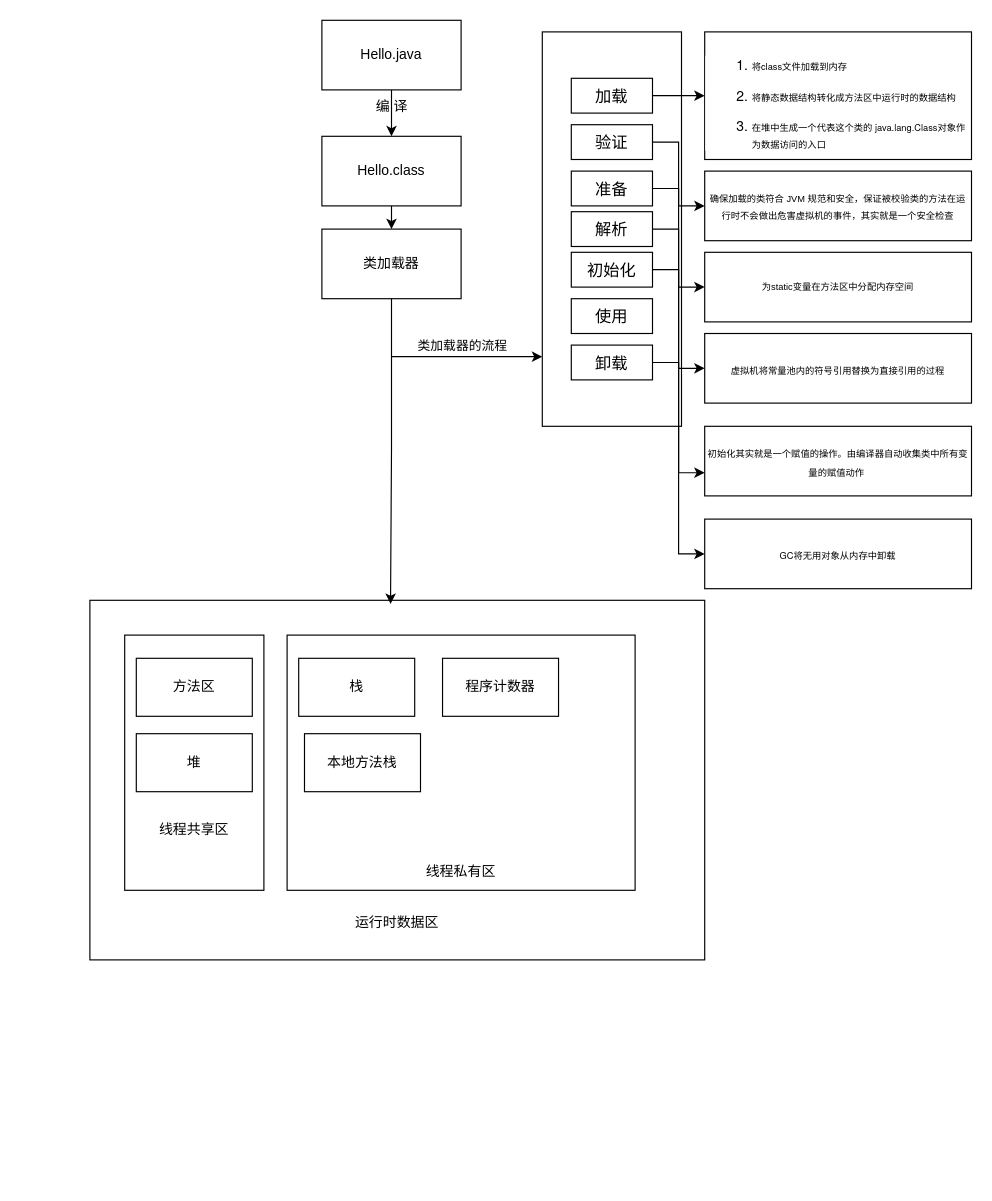
The draw.io diagram 未命名绘图.drawio in nieosoros/testgit, before the edit. Source tidied: cells renumbered, new cells numbered last; positions are measured from the earlier drawing's top-left corner, leaving out a move shared by most shapes. Both pictures are drawn from the tidied source at 116%, with x=0, y=0 at pixel (89, 20).
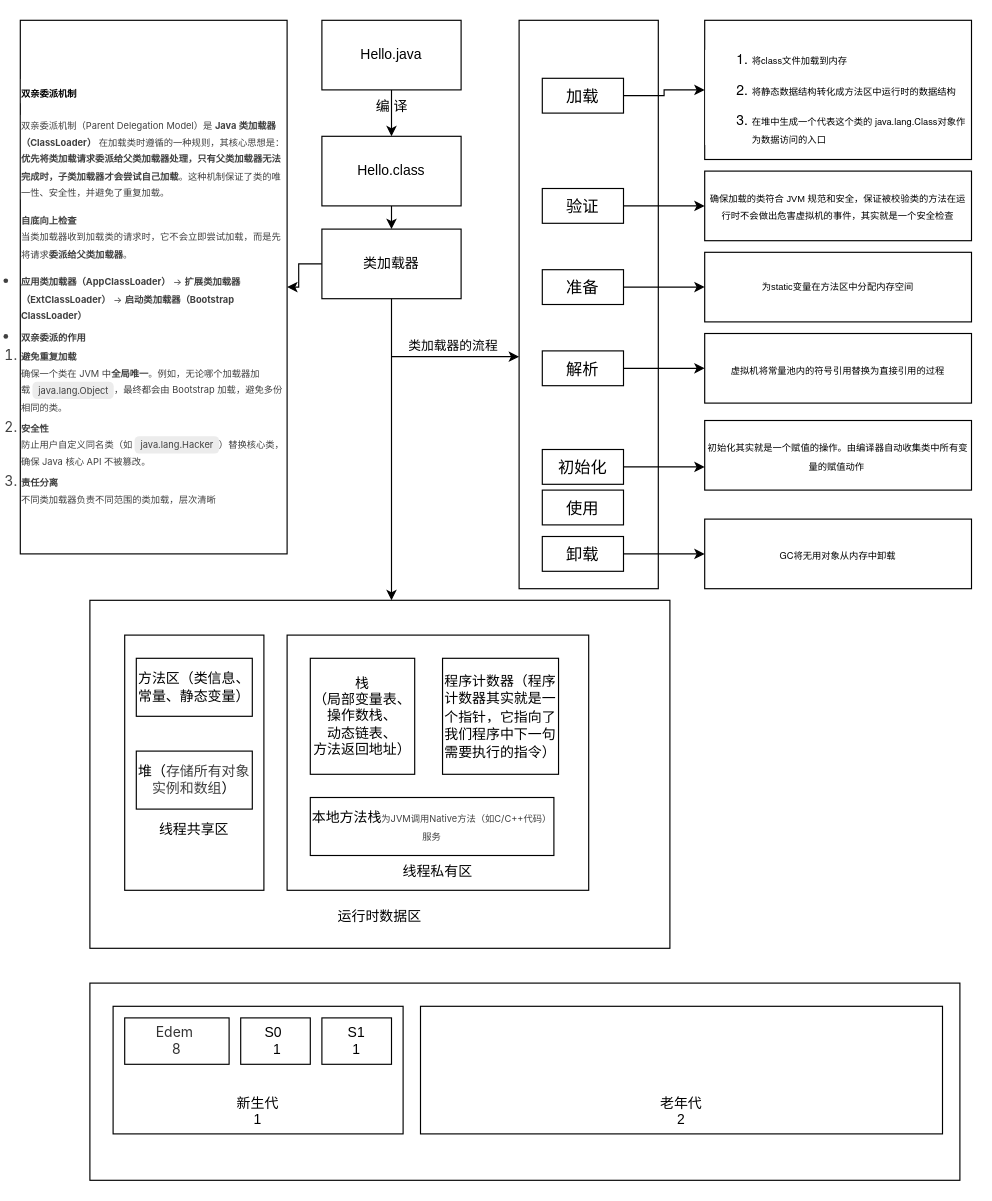
The same diagram, later.

Commit message:
更新未命名绘图.drawio

Unchanged cells that the change refers to:
```xml
<mxCell id="6" value="类加载器" style="rounded=0;whiteSpace=wrap;html=1;" parent="1" vertex="1">
  <mxGeometry x="200" y="180" width="120" height="60" as="geometry" />
</mxCell>
```

Change to the diagram source:
```diff
@@
+    <mxCell id="39" style="edgeStyle=orthogonalEdgeStyle;rounded=0;jettySize=auto;html=1;" parent="1" edge="1" source="6" target="40">
+      <mxGeometry relative="1" as="geometry" />
+    </mxCell>
@@
     <mxCell id="7" value="&lt;div&gt;&lt;br&gt;&lt;/div&gt;&lt;div&gt;&lt;br&gt;&lt;/div&gt;&lt;div&gt;&lt;br&gt;&lt;/div&gt;&lt;div&gt;&lt;br&gt;&lt;/div&gt;&lt;div&gt;&lt;br&gt;&lt;/div&gt;&lt;div&gt;&lt;br&gt;&lt;/div&gt;&lt;div&gt;&lt;br&gt;&lt;/div&gt;&lt;div&gt;&lt;br&gt;&lt;/div&gt;&lt;div&gt;&lt;br&gt;&lt;/div&gt;&lt;div&gt;&lt;br&gt;&lt;/div&gt;&lt;div&gt;&lt;br&gt;&lt;/div&gt;&lt;div&gt;&lt;br&gt;&lt;/div&gt;&lt;div&gt;&lt;br&gt;&lt;/div&gt;&lt;div&gt;&lt;br&gt;&lt;/div&gt;&lt;div&gt;&lt;br&gt;&lt;/div&gt;&lt;div&gt;&lt;br&gt;&lt;/div&gt;&lt;div&gt;&lt;br&gt;&lt;/div&gt;&lt;div&gt;运行时数据区&lt;/div&gt;" style="rounded=0;whiteSpace=wrap;html=1;" parent="1" vertex="1">
-      <mxGeometry y="500" width="530" height="310" as="geometry" />
+      <mxGeometry y="500" width="500" height="300" as="geometry" />
     </mxCell>
@@
     <mxCell id="9" value="&lt;div&gt;&lt;br&gt;&lt;/div&gt;&lt;div&gt;&lt;br&gt;&lt;/div&gt;&lt;div&gt;&lt;br&gt;&lt;/div&gt;&lt;div&gt;&lt;br&gt;&lt;/div&gt;&lt;div&gt;&lt;br&gt;&lt;/div&gt;&lt;div&gt;&lt;br&gt;&lt;/div&gt;&lt;div&gt;&lt;br&gt;&lt;/div&gt;&lt;div&gt;&lt;br&gt;&lt;/div&gt;&lt;div&gt;&lt;br&gt;&lt;/div&gt;&lt;div&gt;&lt;br&gt;&lt;/div&gt;&lt;div&gt;&lt;br&gt;&lt;/div&gt;&lt;div&gt;&lt;br&gt;&lt;/div&gt;&lt;div&gt;&lt;br&gt;&lt;/div&gt;&lt;div&gt;线程私有区&lt;/div&gt;" style="rounded=0;whiteSpace=wrap;html=1;" parent="1" vertex="1">
-      <mxGeometry x="170" y="530" width="300" height="220" as="geometry" />
+      <mxGeometry x="170" y="530" width="260" height="220" as="geometry" />
     </mxCell>
-    <mxCell id="10" value="方法区" style="rounded=0;whiteSpace=wrap;html=1;" parent="1" vertex="1">
+    <mxCell id="10" value="方法区（类信息、常量、静态变量）" style="rounded=0;whiteSpace=wrap;html=1;" parent="1" vertex="1">
       <mxGeometry x="40" y="550" width="100" height="50" as="geometry" />
     </mxCell>
-    <mxCell id="11" value="堆" style="rounded=0;whiteSpace=wrap;html=1;" parent="1" vertex="1">
-      <mxGeometry x="40" y="615" width="100" height="50" as="geometry" />
+    <mxCell id="11" value="堆（&lt;span style=&quot;color: rgb(64, 64, 64); font-family: Inter, system-ui, -apple-system, BlinkMacSystemFont, &amp;quot;Segoe UI&amp;quot;, Roboto, &amp;quot;Noto Sans&amp;quot;, Ubuntu, Cantarell, &amp;quot;Helvetica Neue&amp;quot;, Oxygen, &amp;quot;Open Sans&amp;quot;, sans-serif; text-align: left;&quot;&gt;&lt;font&gt;存储所有对象实例和数组&lt;/font&gt;&lt;/span&gt;）" style="rounded=0;whiteSpace=wrap;html=1;" parent="1" vertex="1">
+      <mxGeometry x="40" y="630" width="100" height="50" as="geometry" />
     </mxCell>
-    <mxCell id="12" value="栈" style="rounded=0;whiteSpace=wrap;html=1;" parent="1" vertex="1">
-      <mxGeometry x="180" y="550" width="100" height="50" as="geometry" />
+    <mxCell id="12" value="栈&lt;div&gt;（局部变量表、&lt;/div&gt;&lt;div&gt;操作数栈、&lt;/div&gt;&lt;div&gt;动态链表、&lt;/div&gt;&lt;div&gt;方法返回地址）&lt;/div&gt;" style="rounded=0;whiteSpace=wrap;html=1;" parent="1" vertex="1">
+      <mxGeometry x="190" y="550" width="90" height="100" as="geometry" />
     </mxCell>
-    <mxCell id="13" value="程序计数器" style="rounded=0;whiteSpace=wrap;html=1;" parent="1" vertex="1">
-      <mxGeometry x="304" y="550" width="100" height="50" as="geometry" />
+    <mxCell id="13" value="程序计数器（&lt;span style=&quot;font-family: &amp;quot;Helvetica Neue&amp;quot;, Helvetica, Verdana, Arial, sans-serif; text-align: left; background-color: rgb(255, 255, 255);&quot;&gt;&lt;font&gt;程序计数器其实就是一个指针，它指向了我们程序中下一句需要执行的指令&lt;/font&gt;&lt;/span&gt;）" style="rounded=0;whiteSpace=wrap;html=1;" parent="1" vertex="1">
+      <mxGeometry x="304" y="550" width="100" height="100" as="geometry" />
     </mxCell>
-    <mxCell id="14" value="本地方法栈" style="rounded=0;whiteSpace=wrap;html=1;" parent="1" vertex="1">
-      <mxGeometry x="185" y="615" width="100" height="50" as="geometry" />
+    <mxCell id="14" value="本地方法栈&lt;span style=&quot;color: rgb(64, 64, 64); font-family: Inter, system-ui, -apple-system, BlinkMacSystemFont, &amp;quot;Segoe UI&amp;quot;, Roboto, &amp;quot;Noto Sans&amp;quot;, Ubuntu, Cantarell, &amp;quot;Helvetica Neue&amp;quot;, Oxygen, &amp;quot;Open Sans&amp;quot;, sans-serif; text-align: left;&quot;&gt;&lt;font style=&quot;font-size: 8px;&quot;&gt;为JVM调用Native方法（如C/C++代码）服务&lt;/font&gt;&lt;/span&gt;" style="rounded=0;whiteSpace=wrap;html=1;" parent="1" vertex="1">
+      <mxGeometry x="190" y="670" width="210" height="50" as="geometry" />
     </mxCell>
@@
     <mxCell id="16" value="&amp;nbsp;" style="rounded=0;whiteSpace=wrap;html=1;" parent="1" vertex="1">
-      <mxGeometry x="390" y="10" width="120" height="340" as="geometry" />
+      <mxGeometry x="370" width="120" height="490" as="geometry" />
     </mxCell>
     <mxCell id="17" style="endArrow=classic;html=1;rounded=0;" parent="1" edge="1">
       <mxGeometry relative="1" as="geometry">
         <mxPoint x="260" y="290" as="sourcePoint" />
-        <mxPoint x="390" y="290" as="targetPoint" />
+        <mxPoint x="370" y="290" as="targetPoint" />
       </mxGeometry>
     </mxCell>
@@
     <mxCell id="20" value="&lt;span style=&quot;font-family: &amp;quot;Helvetica Neue&amp;quot;, Helvetica, Verdana, Arial, sans-serif; font-size: 14px; text-align: left; background-color: rgb(255, 255, 255);&quot;&gt;加载&lt;/span&gt;" style="rounded=0;whiteSpace=wrap;html=1;" parent="1" vertex="1">
-      <mxGeometry x="415" y="50" width="70" height="30" as="geometry" />
+      <mxGeometry x="390" y="50" width="70" height="30" as="geometry" />
     </mxCell>
@@
     <mxCell id="22" value="&lt;span style=&quot;font-family: &amp;quot;Helvetica Neue&amp;quot;, Helvetica, Verdana, Arial, sans-serif; font-size: 14px; text-align: left; background-color: rgb(255, 255, 255);&quot;&gt;验证&lt;/span&gt;" style="rounded=0;whiteSpace=wrap;html=1;" parent="1" vertex="1">
-      <mxGeometry x="415" y="90" width="70" height="30" as="geometry" />
+      <mxGeometry x="390" y="145" width="70" height="30" as="geometry" />
     </mxCell>
@@
     <mxCell id="24" value="&lt;span style=&quot;font-family: &amp;quot;Helvetica Neue&amp;quot;, Helvetica, Verdana, Arial, sans-serif; font-size: 14px; text-align: left; background-color: rgb(255, 255, 255);&quot;&gt;准备&lt;/span&gt;" style="rounded=0;whiteSpace=wrap;html=1;" parent="1" vertex="1">
-      <mxGeometry x="415" y="130" width="70" height="30" as="geometry" />
+      <mxGeometry x="390" y="215" width="70" height="30" as="geometry" />
     </mxCell>
@@
     <mxCell id="26" value="&lt;span style=&quot;font-family: &amp;quot;Helvetica Neue&amp;quot;, Helvetica, Verdana, Arial, sans-serif; font-size: 14px; text-align: left; background-color: rgb(255, 255, 255);&quot;&gt;解析&lt;/span&gt;" style="rounded=0;whiteSpace=wrap;html=1;" parent="1" vertex="1">
-      <mxGeometry x="415" y="165" width="70" height="30" as="geometry" />
+      <mxGeometry x="390" y="285" width="70" height="30" as="geometry" />
     </mxCell>
     <mxCell id="27" value="&lt;span style=&quot;font-family: &amp;quot;Helvetica Neue&amp;quot;, Helvetica, Verdana, Arial, sans-serif; font-size: 14px; text-align: left; background-color: rgb(255, 255, 255);&quot;&gt;初始化&lt;/span&gt;" style="rounded=0;whiteSpace=wrap;html=1;" parent="1" vertex="1">
-      <mxGeometry x="415" y="200" width="70" height="30" as="geometry" />
+      <mxGeometry x="390" y="370" width="70" height="30" as="geometry" />
     </mxCell>
@@
     <mxCell id="29" value="&lt;span style=&quot;font-family: &amp;quot;Helvetica Neue&amp;quot;, Helvetica, Verdana, Arial, sans-serif; font-size: 14px; text-align: left; background-color: rgb(255, 255, 255);&quot;&gt;卸载&lt;/span&gt;" style="rounded=0;whiteSpace=wrap;html=1;" parent="1" vertex="1">
-      <mxGeometry x="415" y="280" width="70" height="30" as="geometry" />
+      <mxGeometry x="390" y="445" width="70" height="30" as="geometry" />
     </mxCell>
     <mxCell id="30" value="&lt;span style=&quot;font-family: &amp;quot;Helvetica Neue&amp;quot;, Helvetica, Verdana, Arial, sans-serif; font-size: 14px; text-align: left; background-color: rgb(255, 255, 255);&quot;&gt;使用&lt;/span&gt;" style="rounded=0;whiteSpace=wrap;html=1;" parent="1" vertex="1">
-      <mxGeometry x="415" y="240" width="70" height="30" as="geometry" />
+      <mxGeometry x="390" y="405" width="70" height="30" as="geometry" />
     </mxCell>
     <mxCell id="31" value="&lt;div style=&quot;text-align: left;&quot;&gt;&lt;font face=&quot;Helvetica Neue, Helvetica, Verdana, Arial, sans-serif&quot;&gt;&lt;span style=&quot;font-size: 8px;&quot;&gt;&lt;br&gt;&lt;/span&gt;&lt;/font&gt;&lt;/div&gt;&lt;ol style=&quot;margin: 0px; padding: 0px 0px 0px 40px; font-family: &amp;quot;Helvetica Neue&amp;quot;, Helvetica, Verdana, Arial, sans-serif; text-align: left; background-color: rgb(255, 255, 255);&quot; class=&quot;list-paddingleft-2&quot;&gt;&lt;li style=&quot;margin: 0px 0px 1em; padding: 0px; list-style: inherit;&quot;&gt;&lt;p style=&quot;margin: 10px auto; padding: 0px;&quot;&gt;&lt;font style=&quot;font-size: 8px;&quot;&gt;将class文件加载到内存&lt;/font&gt;&lt;/p&gt;&lt;/li&gt;&lt;li style=&quot;margin: 0px 0px 1em; padding: 0px; list-style: inherit;&quot;&gt;&lt;p style=&quot;margin: 10px auto; padding: 0px;&quot;&gt;&lt;font style=&quot;font-size: 8px;&quot;&gt;将静态数据结构转化成方法区中运行时的数据结构&lt;/font&gt;&lt;/p&gt;&lt;/li&gt;&lt;li style=&quot;margin: 0px 0px 1em; padding: 0px; list-style: inherit;&quot;&gt;&lt;p style=&quot;margin: 10px auto; padding: 0px;&quot;&gt;&lt;font style=&quot;font-size: 8px;&quot;&gt;在堆中生成一个代表这个类的 java.lang.Class对象作为数据访问的入口&lt;/font&gt;&lt;/p&gt;&lt;/li&gt;&lt;/ol&gt;" style="rounded=0;whiteSpace=wrap;html=1;" parent="1" vertex="1">
-      <mxGeometry x="530" y="10" width="230" height="110" as="geometry" />
+      <mxGeometry x="530" width="230" height="120" as="geometry" />
     </mxCell>
@@
     <mxCell id="35" value="&lt;span style=&quot;font-family: &amp;quot;Helvetica Neue&amp;quot;, Helvetica, Verdana, Arial, sans-serif; text-align: left; background-color: rgb(255, 255, 255);&quot;&gt;&lt;font style=&quot;font-size: 8px;&quot;&gt;初始化其实就是一个赋值的操作。由编译器自动收集类中所有变量的赋值动作&amp;nbsp;&lt;/font&gt;&lt;/span&gt;" style="rounded=0;whiteSpace=wrap;html=1;" parent="1" vertex="1">
-      <mxGeometry x="530" y="350" width="230" height="60" as="geometry" />
+      <mxGeometry x="530" y="345" width="230" height="60" as="geometry" />
     </mxCell>
@@
+    <mxCell id="40" value="&lt;h3 style=&quot;margin: 10px 0px; padding: 0px; line-height: 1.5; font-family: &amp;quot;Helvetica Neue&amp;quot;, Helvetica, Verdana, Arial, sans-serif; text-align: left; background-color: rgb(255, 255, 255);&quot;&gt;&lt;font style=&quot;font-size: 8px;&quot;&gt;双亲委派机制&lt;/font&gt;&lt;/h3&gt;&lt;p style=&quot;margin: 10px auto; padding: 0px; font-family: &amp;quot;Helvetica Neue&amp;quot;, Helvetica, Verdana, Arial, sans-serif; text-align: left; background-color: rgb(255, 255, 255);&quot;&gt;&lt;font style=&quot;font-size: 8px;&quot;&gt;&lt;span style=&quot;color: rgb(64, 64, 64); font-family: Inter, system-ui, -apple-system, BlinkMacSystemFont, &amp;quot;Segoe UI&amp;quot;, Roboto, &amp;quot;Noto Sans&amp;quot;, Ubuntu, Cantarell, &amp;quot;Helvetica Neue&amp;quot;, Oxygen, &amp;quot;Open Sans&amp;quot;, sans-serif;&quot;&gt;双亲委派机制（Parent Delegation Model）是&amp;nbsp;&lt;/span&gt;&lt;strong style=&quot;color: rgb(64, 64, 64); font-family: Inter, system-ui, -apple-system, BlinkMacSystemFont, &amp;quot;Segoe UI&amp;quot;, Roboto, &amp;quot;Noto Sans&amp;quot;, Ubuntu, Cantarell, &amp;quot;Helvetica Neue&amp;quot;, Oxygen, &amp;quot;Open Sans&amp;quot;, sans-serif;&quot;&gt;Java 类加载器（ClassLoader）&lt;/strong&gt;&lt;span style=&quot;color: rgb(64, 64, 64); font-family: Inter, system-ui, -apple-system, BlinkMacSystemFont, &amp;quot;Segoe UI&amp;quot;, Roboto, &amp;quot;Noto Sans&amp;quot;, Ubuntu, Cantarell, &amp;quot;Helvetica Neue&amp;quot;, Oxygen, &amp;quot;Open Sans&amp;quot;, sans-serif;&quot;&gt;&amp;nbsp;在加载类时遵循的一种规则，其核心思想是：&lt;/span&gt;&lt;strong style=&quot;color: rgb(64, 64, 64); font-family: Inter, system-ui, -apple-system, BlinkMacSystemFont, &amp;quot;Segoe UI&amp;quot;, Roboto, &amp;quot;Noto Sans&amp;quot;, Ubuntu, Cantarell, &amp;quot;Helvetica Neue&amp;quot;, Oxygen, &amp;quot;Open Sans&amp;quot;, sans-serif;&quot;&gt;优先将类加载请求委派给父类加载器处理，只有父类加载器无法完成时，子类加载器才会尝试自己加载&lt;/strong&gt;&lt;span style=&quot;color: rgb(64, 64, 64); font-family: Inter, system-ui, -apple-system, BlinkMacSystemFont, &amp;quot;Segoe UI&amp;quot;, Roboto, &amp;quot;Noto Sans&amp;quot;, Ubuntu, Cantarell, &amp;quot;Helvetica Neue&amp;quot;, Oxygen, &amp;quot;Open Sans&amp;quot;, sans-serif;&quot;&gt;。这种机制保证了类的唯一性、安全性，并避免了重复加载。&lt;/span&gt;&lt;/font&gt;&lt;/p&gt;&lt;p style=&quot;margin: 0px 0px 4px; line-height: var(--ds-md-line-height); color: rgb(64, 64, 64); font-family: Inter, system-ui, -apple-system, BlinkMacSystemFont, &amp;quot;Segoe UI&amp;quot;, Roboto, &amp;quot;Noto Sans&amp;quot;, Ubuntu, Cantarell, &amp;quot;Helvetica Neue&amp;quot;, Oxygen, &amp;quot;Open Sans&amp;quot;, sans-serif; text-align: left;&quot;&gt;&lt;font style=&quot;font-size: 8px;&quot;&gt;&lt;strong&gt;自底向上检查&lt;/strong&gt;&lt;br&gt;当类加载器收到加载类的请求时，它不会立即尝试加载，而是先将请求&lt;strong&gt;委派给父类加载器&lt;/strong&gt;。&lt;/font&gt;&lt;/p&gt;&lt;p style=&quot;margin: 10px auto; padding: 0px; font-family: &amp;quot;Helvetica Neue&amp;quot;, Helvetica, Verdana, Arial, sans-serif; text-align: left; background-color: rgb(255, 255, 255);&quot;&gt;&lt;font style=&quot;font-size: 8px;&quot;&gt;&lt;/font&gt;&lt;/p&gt;&lt;ul style=&quot;margin-top: 4px; margin-bottom: 0px; padding-left: calc(var(--ds-md-zoom)*24px); color: rgb(64, 64, 64); font-family: Inter, system-ui, -apple-system, BlinkMacSystemFont, &amp;quot;Segoe UI&amp;quot;, Roboto, &amp;quot;Noto Sans&amp;quot;, Ubuntu, Cantarell, &amp;quot;Helvetica Neue&amp;quot;, Oxygen, &amp;quot;Open Sans&amp;quot;, sans-serif; text-align: left;&quot;&gt;&lt;li style=&quot;&quot;&gt;&lt;p style=&quot;margin-top: 0px; margin-right: 0px; margin-left: 0px; line-height: var(--ds-md-line-height); margin-bottom: 0px !important;&quot;&gt;&lt;font style=&quot;font-size: 8px;&quot;&gt;&lt;strong style=&quot;&quot;&gt;应用类加载器（AppClassLoader）&lt;/strong&gt;&amp;nbsp;→&amp;nbsp;&lt;strong style=&quot;&quot;&gt;扩展类加载器（ExtClassLoader）&lt;/strong&gt;&amp;nbsp;→&amp;nbsp;&lt;strong style=&quot;&quot;&gt;启动类加载器（Bootstrap ClassLoader）&lt;/strong&gt;&lt;/font&gt;&lt;/p&gt;&lt;/li&gt;&lt;li style=&quot;&quot;&gt;&lt;h3 style=&quot;font-weight: var(--ds-font-weight-strong); line-height: 1.5; margin: calc(var(--ds-md-zoom)*16px)0 calc(var(--ds-md-zoom)*12px)0;&quot;&gt;&lt;strong&gt;&lt;font style=&quot;font-size: 8px;&quot;&gt;双亲委派的作用&lt;/font&gt;&lt;/strong&gt;&lt;/h3&gt;&lt;p style=&quot;margin-top: 0px; margin-right: 0px; margin-left: 0px; line-height: var(--ds-md-line-height); margin-bottom: 0px !important;&quot;&gt;&lt;font style=&quot;font-size: 8px;&quot;&gt;&lt;strong&gt;&lt;/strong&gt;&lt;/font&gt;&lt;/p&gt;&lt;ol style=&quot;margin: calc(var(--ds-md-zoom)*12px)0; padding-left: calc(var(--ds-md-zoom)*24px);&quot; start=&quot;1&quot;&gt;&lt;li style=&quot;&quot;&gt;&lt;p style=&quot;margin-top: 0px; margin-right: 0px; margin-left: 0px; line-height: var(--ds-md-line-height); margin-bottom: 0px !important;&quot;&gt;&lt;font style=&quot;font-size: 8px;&quot;&gt;&lt;strong&gt;避免重复加载&lt;/strong&gt;&lt;br&gt;确保一个类在 JVM 中&lt;strong&gt;全局唯一&lt;/strong&gt;。例如，无论哪个加载器加载&amp;nbsp;&lt;code style=&quot;font-weight: var(--ds-font-weight-strong); font-family: var(--ds-font-family-code); background-color: var(--ds-md-inline-code-color,#ececec); border-radius: 4px; padding: 0.15rem 0.3rem;&quot;&gt;java.lang.Object&lt;/code&gt;，最终都会由 Bootstrap 加载，避免多份相同的类。&lt;/font&gt;&lt;/p&gt;&lt;/li&gt;&lt;li style=&quot;margin-top: 4px;&quot;&gt;&lt;p style=&quot;margin-top: 0px; margin-right: 0px; margin-left: 0px; line-height: var(--ds-md-line-height); margin-bottom: 0px !important;&quot;&gt;&lt;font style=&quot;font-size: 8px;&quot;&gt;&lt;strong&gt;安全性&lt;/strong&gt;&lt;br&gt;防止用户自定义同名类（如&amp;nbsp;&lt;code style=&quot;font-weight: var(--ds-font-weight-strong); font-family: var(--ds-font-family-code); background-color: var(--ds-md-inline-code-color,#ececec); border-radius: 4px; padding: 0.15rem 0.3rem;&quot;&gt;java.lang.Hacker&lt;/code&gt;）替换核心类，确保 Java 核心 API 不被篡改。&lt;/font&gt;&lt;/p&gt;&lt;/li&gt;&lt;li style=&quot;margin-top: 4px;&quot;&gt;&lt;p style=&quot;margin-top: 0px; margin-right: 0px; margin-left: 0px; line-height: var(--ds-md-line-height); margin-bottom: 0px !important;&quot;&gt;&lt;font style=&quot;font-size: 8px;&quot;&gt;&lt;strong style=&quot;&quot;&gt;责任分离&lt;/strong&gt;&lt;br&gt;不同类加载器负责不同范围的类加载，层次清晰&lt;/font&gt;&lt;/p&gt;&lt;/li&gt;&lt;/ol&gt;&lt;/li&gt;&lt;/ul&gt;" style="whiteSpace=wrap;html=1;rounded=0;" parent="1" vertex="1">
+      <mxGeometry x="-60" width="230" height="460" as="geometry" />
+    </mxCell>
-    <mxCell id="38" style="edgeStyle=orthogonalEdgeStyle;rounded=0;jettySize=auto;html=1;entryX=0.489;entryY=0.01;entryDx=0;entryDy=0;entryPerimeter=0;" parent="1" edge="1" source="6" target="7">
+    <mxCell id="38" style="edgeStyle=orthogonalEdgeStyle;rounded=0;jettySize=auto;html=1;exitX=0.5;exitY=1;exitDx=0;exitDy=0;entryX=0.52;entryY=0;entryDx=0;entryDy=0;entryPerimeter=0;" parent="1" edge="1" source="6" target="7">
       <mxGeometry relative="1" as="geometry" />
     </mxCell>
+    <mxCell id="41" style="rounded=0;whiteSpace=wrap;html=1;" parent="1" vertex="1">
+      <mxGeometry y="830" width="750" height="170" as="geometry" />
+    </mxCell>
+    <mxCell id="42" value="&lt;div&gt;&lt;br&gt;&lt;/div&gt;&lt;div&gt;&lt;br&gt;&lt;/div&gt;&lt;div&gt;&lt;br&gt;&lt;/div&gt;&lt;div&gt;&lt;br&gt;&lt;/div&gt;&lt;div&gt;&lt;br&gt;&lt;/div&gt;&lt;div&gt;&lt;br&gt;&lt;/div&gt;新生代&lt;div&gt;1&lt;br&gt;&lt;div&gt;&lt;br&gt;&lt;/div&gt;&lt;/div&gt;" style="rounded=0;whiteSpace=wrap;html=1;" parent="1" vertex="1">
+      <mxGeometry x="20" y="850" width="250" height="110" as="geometry" />
+    </mxCell>
+    <mxCell id="43" value="&lt;div&gt;&lt;br&gt;&lt;/div&gt;&lt;div&gt;&lt;br&gt;&lt;/div&gt;&lt;div&gt;&lt;br&gt;&lt;/div&gt;&lt;div&gt;&lt;br&gt;&lt;/div&gt;&lt;div&gt;&lt;br&gt;&lt;/div&gt;老年代&lt;div&gt;2&lt;/div&gt;" style="rounded=0;whiteSpace=wrap;html=1;" parent="1" vertex="1">
+      <mxGeometry x="285" y="850" width="450" height="110" as="geometry" />
+    </mxCell>
+    <mxCell id="44" value="&lt;span style=&quot;color: rgb(51, 51, 51); font-family: -apple-system, &amp;quot;SF UI Text&amp;quot;, Arial, &amp;quot;PingFang SC&amp;quot;, &amp;quot;Hiragino Sans GB&amp;quot;, &amp;quot;Microsoft YaHei&amp;quot;, &amp;quot;WenQuanYi Micro Hei&amp;quot;, sans-serif, SimHei, SimSun; text-align: left; background-color: rgb(255, 255, 255);&quot;&gt;&lt;font&gt;Edem&amp;nbsp;&lt;/font&gt;&lt;/span&gt;&lt;div&gt;&lt;span style=&quot;color: rgb(51, 51, 51); font-family: -apple-system, &amp;quot;SF UI Text&amp;quot;, Arial, &amp;quot;PingFang SC&amp;quot;, &amp;quot;Hiragino Sans GB&amp;quot;, &amp;quot;Microsoft YaHei&amp;quot;, &amp;quot;WenQuanYi Micro Hei&amp;quot;, sans-serif, SimHei, SimSun; text-align: left; background-color: rgb(255, 255, 255);&quot;&gt;&lt;font&gt;&amp;nbsp;8&amp;nbsp;&lt;/font&gt;&lt;/span&gt;&lt;/div&gt;" style="rounded=0;whiteSpace=wrap;html=1;" parent="1" vertex="1">
+      <mxGeometry x="30" y="860" width="90" height="40" as="geometry" />
+    </mxCell>
+    <mxCell id="45" value="S0&amp;nbsp;&lt;div&gt;&amp;nbsp;1&lt;/div&gt;" style="rounded=0;whiteSpace=wrap;html=1;" parent="1" vertex="1">
+      <mxGeometry x="130" y="860" width="60" height="40" as="geometry" />
+    </mxCell>
+    <mxCell id="46" value="S1&lt;div&gt;1&lt;/div&gt;" style="rounded=0;whiteSpace=wrap;html=1;" parent="1" vertex="1">
+      <mxGeometry x="200" y="860" width="60" height="40" as="geometry" />
+    </mxCell>
```
